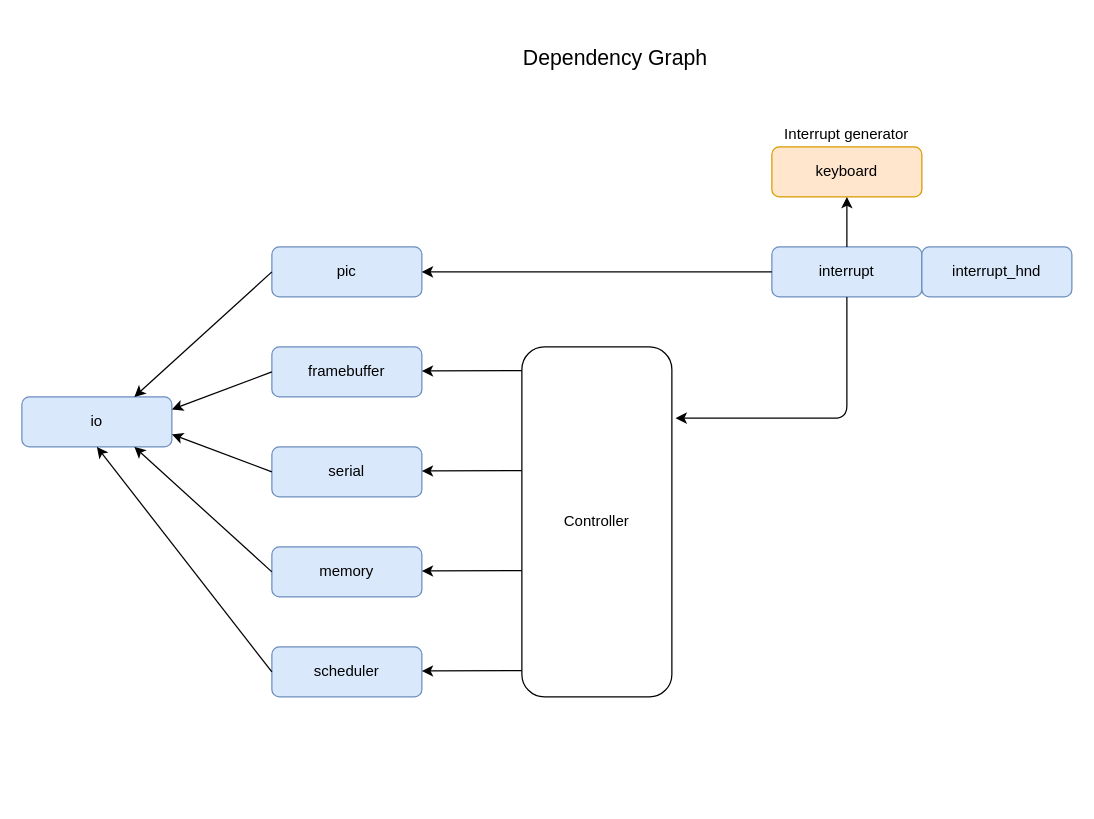
sandwichdoge/catchOS keeps this draw.io diagram as doc/Drafts/Dependency_Graph.drawio. Above is the earlier version. Source tidied: cells renumbered, new cells numbered last; positions are measured from the earlier drawing's top-left corner, leaving out a move shared by most shapes. Both pictures are drawn from the tidied source at 125%, with x=0, y=0 at pixel (21, 21).
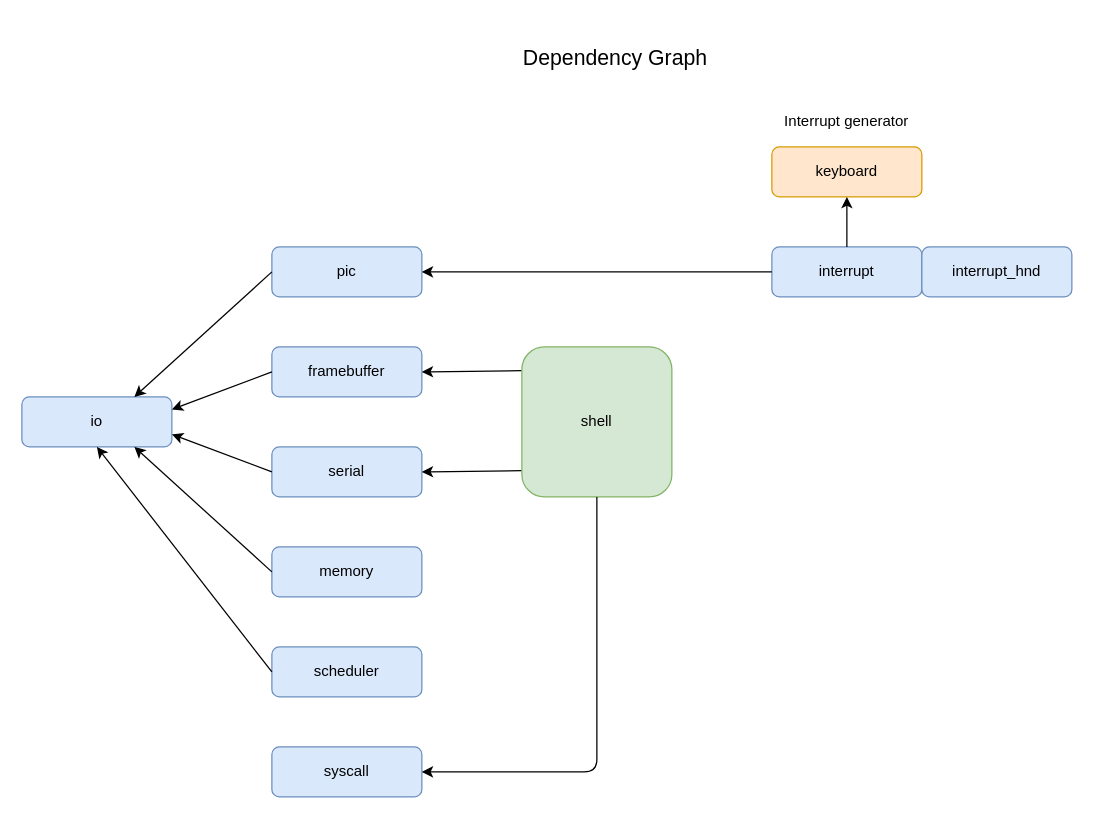
Above is the later version.

The change refers to these unchanged cells:
```xml
<mxCell id="4" value="interrupt" style="rounded=1;whiteSpace=wrap;html=1;fillColor=#dae8fc;strokeColor=#6c8ebf;" parent="1" vertex="1">
  <mxGeometry x="600" y="180" width="120" height="40" as="geometry" />
</mxCell>
<mxCell id="5" value="framebuffer" style="rounded=1;whiteSpace=wrap;html=1;fillColor=#dae8fc;strokeColor=#6c8ebf;" parent="1" vertex="1">
  <mxGeometry x="200" y="260" width="120" height="40" as="geometry" />
</mxCell>
<mxCell id="6" value="serial" style="rounded=1;whiteSpace=wrap;html=1;fillColor=#dae8fc;strokeColor=#6c8ebf;" parent="1" vertex="1">
  <mxGeometry x="200" y="340" width="120" height="40" as="geometry" />
</mxCell>
```

Change to the diagram source:
```diff
@@
     <mxCell id="17" value="Interrupt generator" style="text;html=1;strokeColor=none;fillColor=none;align=center;verticalAlign=middle;whiteSpace=wrap;rounded=0;" parent="1" vertex="1">
-      <mxGeometry x="600" y="80" width="120" height="20" as="geometry" />
+      <mxGeometry x="600" y="70" width="120" height="20" as="geometry" />
     </mxCell>
@@
-    <mxCell id="20" value="&lt;div&gt;Controller&lt;/div&gt;" style="rounded=1;whiteSpace=wrap;html=1;" parent="1" vertex="1">
-      <mxGeometry x="400" y="260" width="120" height="280" as="geometry" />
-    </mxCell>
-    <mxCell id="21" style="endArrow=classic;html=1;" parent="1" edge="1">
+    <mxCell id="21" style="endArrow=classic;html=1;entryX=1;entryY=0.5;entryDx=0;entryDy=0;" parent="1" edge="1" target="5">
       <mxGeometry relative="1" as="geometry">
         <mxPoint x="400" y="279" as="sourcePoint" />
-        <mxPoint x="320" y="279.3" as="targetPoint" />
       </mxGeometry>
     </mxCell>
-    <mxCell id="22" style="endArrow=classic;html=1;" parent="1" edge="1">
+    <mxCell id="22" style="endArrow=classic;html=1;entryX=1;entryY=0.5;entryDx=0;entryDy=0;" parent="1" edge="1" target="6">
       <mxGeometry relative="1" as="geometry">
         <mxPoint x="400" y="359" as="sourcePoint" />
-        <mxPoint x="320" y="359.3" as="targetPoint" />
       </mxGeometry>
     </mxCell>
-    <mxCell id="23" style="endArrow=classic;html=1;" parent="1" edge="1">
-      <mxGeometry relative="1" as="geometry">
-        <mxPoint x="400" y="439" as="sourcePoint" />
-        <mxPoint x="320" y="439.3" as="targetPoint" />
-      </mxGeometry>
-    </mxCell>
-    <mxCell id="24" style="endArrow=classic;html=1;" parent="1" edge="1">
-      <mxGeometry relative="1" as="geometry">
-        <mxPoint x="400" y="519" as="sourcePoint" />
-        <mxPoint x="320" y="519.3" as="targetPoint" />
-      </mxGeometry>
-    </mxCell>
-    <mxCell id="25" style="endArrow=classic;html=1;exitX=0.5;exitY=1;exitDx=0;exitDy=0;" parent="1" edge="1" source="4">
-      <mxGeometry relative="1" as="geometry">
-        <mxPoint x="523" y="317" as="targetPoint" />
-        <Array as="points">
-          <mxPoint x="660" y="317" />
-        </Array>
-      </mxGeometry>
-    </mxCell>
+    <mxCell id="26" value="syscall" style="rounded=1;whiteSpace=wrap;html=1;fillColor=#dae8fc;strokeColor=#6c8ebf;" parent="1" vertex="1">
+      <mxGeometry x="200" y="580" width="120" height="40" as="geometry" />
+    </mxCell>
+    <mxCell id="27" value="shell" style="rounded=1;whiteSpace=wrap;html=1;fillColor=#d5e8d4;strokeColor=#82b366;" parent="1" vertex="1">
+      <mxGeometry x="400" y="260" width="120" height="120" as="geometry" />
+    </mxCell>
+    <mxCell id="28" style="endArrow=classic;html=1;entryX=1;entryY=0.5;entryDx=0;entryDy=0;exitX=0.5;exitY=1;exitDx=0;exitDy=0;" parent="1" edge="1" source="27" target="26">
+      <mxGeometry relative="1" as="geometry">
+        <Array as="points">
+          <mxPoint x="460" y="600" />
+        </Array>
+      </mxGeometry>
+    </mxCell>
```
